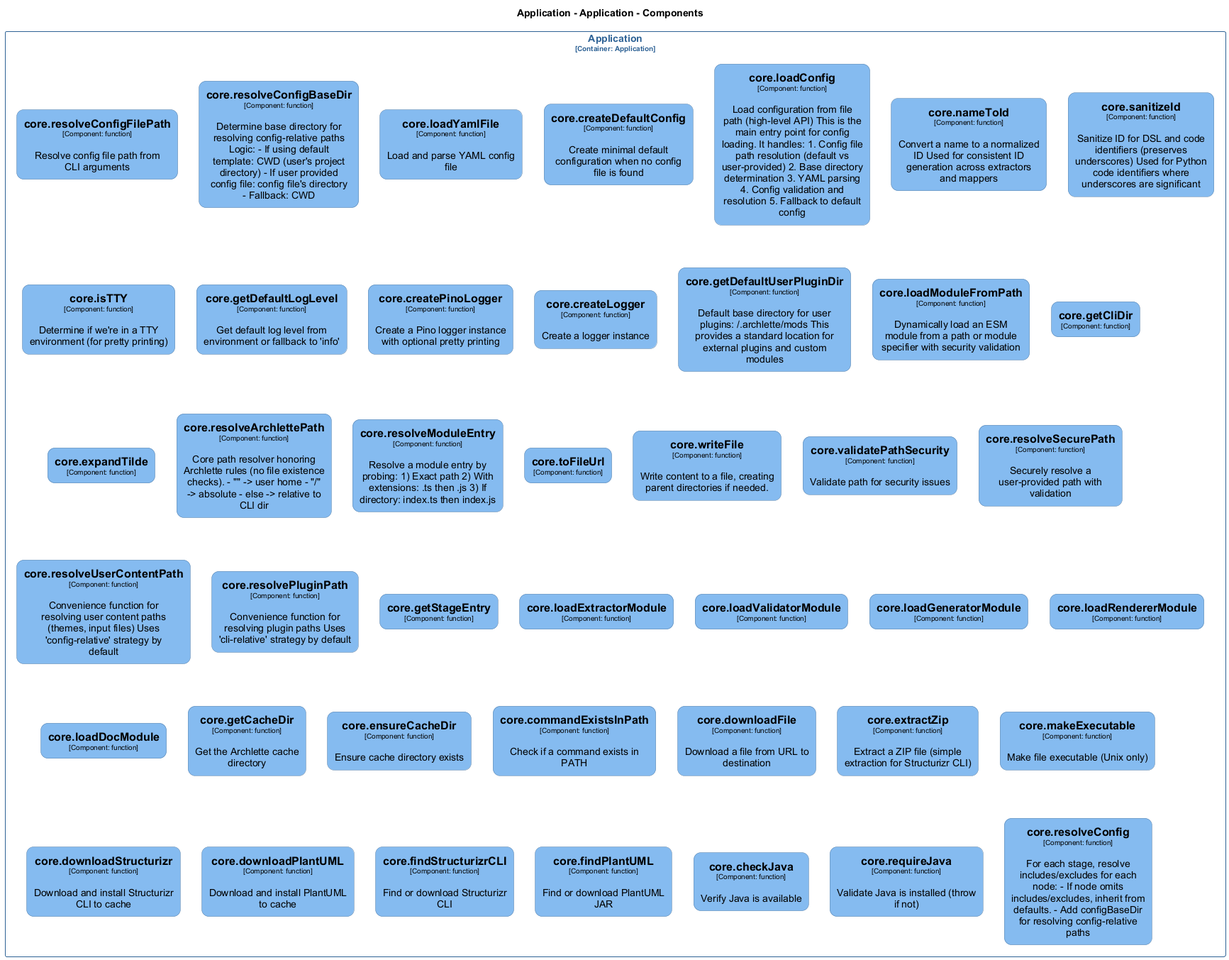
chrislyons-dev/archlette keeps this PlantUML diagram as docs/architecture/diagrams/structurizr-Classes_default_container__core.png. Above is the earlier version.
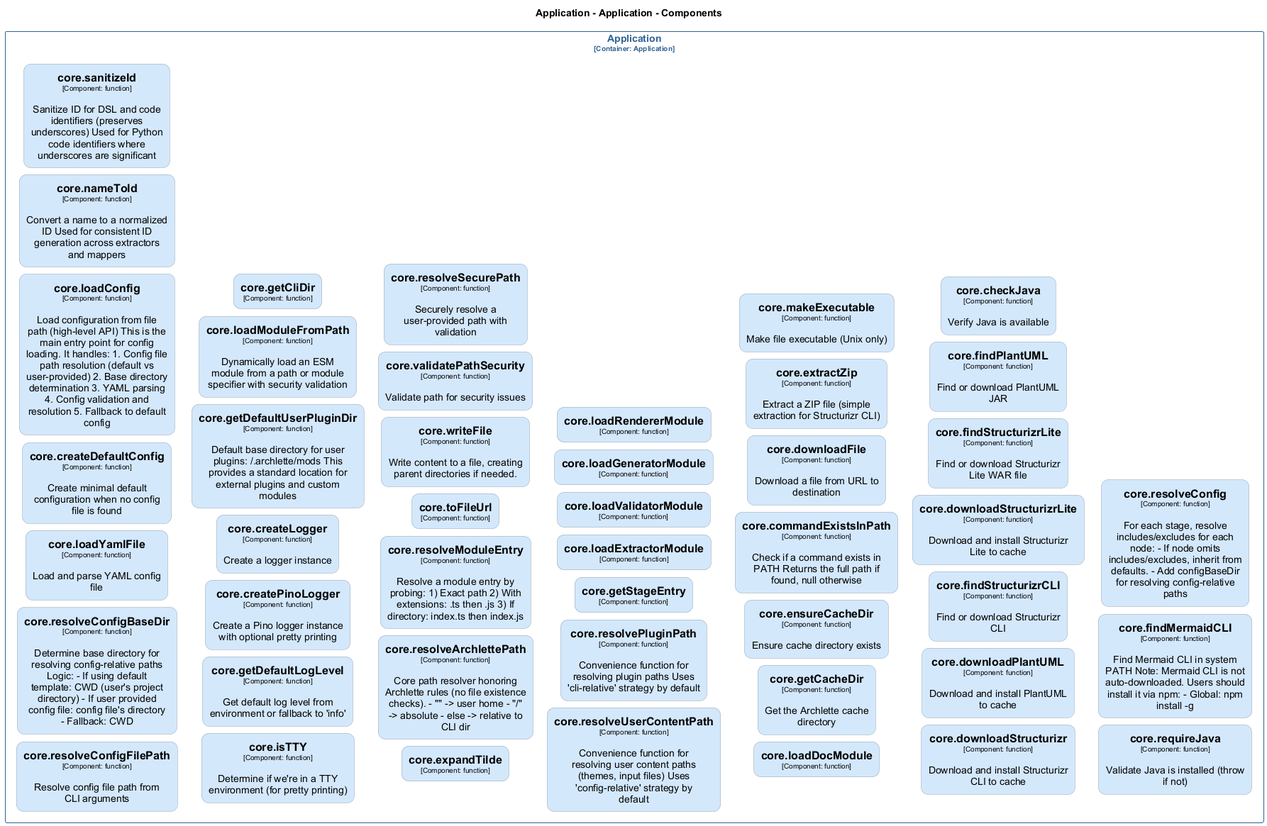
After the change.

Diff of the diagram source:
```diff
@@ -2,9 +2,9 @@
 set separator none
 title Application - Application - Components
 
-top to bottom direction
-skinparam ranksep 60
-skinparam nodesep 30
+left to right direction
+skinparam ranksep 20
+skinparam nodesep 10
 
 skinparam {
   arrowFontSize 10
@@ -17,296 +17,317 @@
 hide stereotype
 
 skinparam rectangle<<Application.Application.corecheckJava>> {
-  BackgroundColor #85bbf0
+  BackgroundColor #d4e8fc
   FontColor #000000
-  BorderColor #5d82a8
+  BorderColor #94a2b0
   roundCorner 20
   shadowing false
 }
 skinparam rectangle<<Application.Application.corecommandExistsInPath>> {
-  BackgroundColor #85bbf0
+  BackgroundColor #d4e8fc
   FontColor #000000
-  BorderColor #5d82a8
+  BorderColor #94a2b0
   roundCorner 20
   shadowing false
 }
 skinparam rectangle<<Application.Application.corecreateDefaultConfig>> {
-  BackgroundColor #85bbf0
+  BackgroundColor #d4e8fc
   FontColor #000000
-  BorderColor #5d82a8
+  BorderColor #94a2b0
   roundCorner 20
   shadowing false
 }
 skinparam rectangle<<Application.Application.corecreateLogger>> {
-  BackgroundColor #85bbf0
+  BackgroundColor #d4e8fc
   FontColor #000000
-  BorderColor #5d82a8
+  BorderColor #94a2b0
   roundCorner 20
   shadowing false
 }
 skinparam rectangle<<Application.Application.corecreatePinoLogger>> {
-  BackgroundColor #85bbf0
+  BackgroundColor #d4e8fc
   FontColor #000000
-  BorderColor #5d82a8
+  BorderColor #94a2b0
   roundCorner 20
   shadowing false
 }
 skinparam rectangle<<Application.Application.coredownloadFile>> {
-  BackgroundColor #85bbf0
+  BackgroundColor #d4e8fc
   FontColor #000000
-  BorderColor #5d82a8
+  BorderColor #94a2b0
   roundCorner 20
   shadowing false
 }
 skinparam rectangle<<Application.Application.coredownloadPlantUML>> {
-  BackgroundColor #85bbf0
+  BackgroundColor #d4e8fc
   FontColor #000000
-  BorderColor #5d82a8
+  BorderColor #94a2b0
   roundCorner 20
   shadowing false
 }
 skinparam rectangle<<Application.Application.coredownloadStructurizr>> {
-  BackgroundColor #85bbf0
+  BackgroundColor #d4e8fc
   FontColor #000000
-  BorderColor #5d82a8
+  BorderColor #94a2b0
+  roundCorner 20
+  shadowing false
+}
+skinparam rectangle<<Application.Application.coredownloadStructurizrLite>> {
+  BackgroundColor #d4e8fc
+  FontColor #000000
+  BorderColor #94a2b0
   roundCorner 20
   shadowing false
 }
 skinparam rectangle<<Application.Application.coreensureCacheDir>> {
-  BackgroundColor #85bbf0
+  BackgroundColor #d4e8fc
   FontColor #000000
-  BorderColor #5d82a8
+  BorderColor #94a2b0
   roundCorner 20
   shadowing false
 }
 skinparam rectangle<<Application.Application.coreexpandTilde>> {
-  BackgroundColor #85bbf0
+  BackgroundColor #d4e8fc
   FontColor #000000
-  BorderColor #5d82a8
+  BorderColor #94a2b0
   roundCorner 20
   shadowing false
 }
 skinparam rectangle<<Application.Application.coreextractZip>> {
-  BackgroundColor #85bbf0
+  BackgroundColor #d4e8fc
   FontColor #000000
-  BorderColor #5d82a8
+  BorderColor #94a2b0
+  roundCorner 20
+  shadowing false
+}
+skinparam rectangle<<Application.Application.corefindMermaidCLI>> {
+  BackgroundColor #d4e8fc
+  FontColor #000000
+  BorderColor #94a2b0
   roundCorner 20
   shadowing false
 }
 skinparam rectangle<<Application.Application.corefindPlantUML>> {
-  BackgroundColor #85bbf0
+  BackgroundColor #d4e8fc
   FontColor #000000
-  BorderColor #5d82a8
+  BorderColor #94a2b0
   roundCorner 20
   shadowing false
 }
 skinparam rectangle<<Application.Application.corefindStructurizrCLI>> {
-  BackgroundColor #85bbf0
+  BackgroundColor #d4e8fc
   FontColor #000000
-  BorderColor #5d82a8
+  BorderColor #94a2b0
+  roundCorner 20
+  shadowing false
+}
+skinparam rectangle<<Application.Application.corefindStructurizrLite>> {
+  BackgroundColor #d4e8fc
+  FontColor #000000
+  BorderColor #94a2b0
   roundCorner 20
   shadowing false
 }
 skinparam rectangle<<Application.Application.coregetCacheDir>> {
-  BackgroundColor #85bbf0
+  BackgroundColor #d4e8fc
   FontColor #000000
-  BorderColor #5d82a8
+  BorderColor #94a2b0
   roundCorner 20
   shadowing false
 }
 skinparam rectangle<<Application.Application.coregetCliDir>> {
-  BackgroundColor #85bbf0
+  BackgroundColor #d4e8fc
   FontColor #000000
-  BorderColor #5d82a8
+  BorderColor #94a2b0
   roundCorner 20
   shadowing false
 }
 skinparam rectangle<<Application.Application.coregetDefaultLogLevel>> {
-  BackgroundColor #85bbf0
+  BackgroundColor #d4e8fc
   FontColor #000000
-  BorderColor #5d82a8
+  BorderColor #94a2b0
   roundCorner 20
   shadowing false
 }
 skinparam rectangle<<Application.Application.coregetDefaultUserPluginDir>> {
-  BackgroundColor #85bbf0
+  BackgroundColor #d4e8fc
   FontColor #000000
-  BorderColor #5d82a8
+  BorderColor #94a2b0
   roundCorner 20
   shadowing false
 }
 skinparam rectangle<<Application.Application.coregetStageEntry>> {
-  BackgroundColor #85bbf0
+  BackgroundColor #d4e8fc
   FontColor #000000
-  BorderColor #5d82a8
+  BorderColor #94a2b0
   roundCorner 20
   shadowing false
 }
 skinparam rectangle<<Application.Application.coreisTTY>> {
-  BackgroundColor #85bbf0
+  BackgroundColor #d4e8fc
   FontColor #000000
-  BorderColor #5d82a8
+  BorderColor #94a2b0
   roundCorner 20
   shadowing false
 }
 skinparam rectangle<<Application.Application.coreloadConfig>> {
-  BackgroundColor #85bbf0
+  BackgroundColor #d4e8fc
   FontColor #000000
-  BorderColor #5d82a8
+  BorderColor #94a2b0
   roundCorner 20
   shadowing false
 }
 skinparam rectangle<<Application.Application.coreloadDocModule>> {
-  BackgroundColor #85bbf0
+  BackgroundColor #d4e8fc
   FontColor #000000
-  BorderColor #5d82a8
+  BorderColor #94a2b0
   roundCorner 20
   shadowing false
 }
 skinparam rectangle<<Application.Application.coreloadExtractorModule>> {
-  BackgroundColor #85bbf0
+  BackgroundColor #d4e8fc
   FontColor #000000
-  BorderColor #5d82a8
+  BorderColor #94a2b0
   roundCorner 20
   shadowing false
 }
 skinparam rectangle<<Application.Application.coreloadGeneratorModule>> {
-  BackgroundColor #85bbf0
+  BackgroundColor #d4e8fc
   FontColor #000000
-  BorderColor #5d82a8
+  BorderColor #94a2b0
   roundCorner 20
   shadowing false
 }
 skinparam rectangle<<Application.Application.coreloadModuleFromPath>> {
-  BackgroundColor #85bbf0
+  BackgroundColor #d4e8fc
   FontColor #000000
-  BorderColor #5d82a8
+  BorderColor #94a2b0
   roundCorner 20
   shadowing false
 }
 skinparam rectangle<<Application.Application.coreloadRendererModule>> {
-  BackgroundColor #85bbf0
+  BackgroundColor #d4e8fc
   FontColor #000000
-  BorderColor #5d82a8
+  BorderColor #94a2b0
   roundCorner 20
   shadowing false
 }
 skinparam rectangle<<Application.Application.coreloadValidatorModule>> {
-  BackgroundColor #85bbf0
+  BackgroundColor #d4e8fc
   FontColor #000000
-  BorderColor #5d82a8
+  BorderColor #94a2b0
   roundCorner 20
   shadowing false
 }
 skinparam rectangle<<Application.Application.coreloadYamlFile>> {
-  BackgroundColor #85bbf0
+  BackgroundColor #d4e8fc
   FontColor #000000
-  BorderColor #5d82a8
+  BorderColor #94a2b0
   roundCorner 20
   shadowing false
 }
 skinparam rectangle<<Application.Application.coremakeExecutable>> {
-  BackgroundColor #85bbf0
+  BackgroundColor #d4e8fc
   FontColor #000000
-  BorderColor #5d82a8
+  BorderColor #94a2b0
   roundCorner 20
   shadowing false
 }
 skinparam rectangle<<Application.Application.corenameToId>> {
-  BackgroundColor #85bbf0
+  BackgroundColor #d4e8fc
   FontColor #000000
-  BorderColor #5d82a8
+  BorderColor #94a2b0
   roundCorner 20
   shadowing false
 }
 skinparam rectangle<<Application.Application.corerequireJava>> {
-  BackgroundColor #85bbf0
+  BackgroundColor #d4e8fc
   FontColor #000000
-  BorderColor #5d82a8
+  BorderColor #94a2b0
   roundCorner 20
   shadowing false
 }
 skinparam rectangle<<Application.Application.coreresolveArchlettePath>> {
-  BackgroundColor #85bbf0
+  BackgroundColor #d4e8fc
   FontColor #000000
-  BorderColor #5d82a8
+  BorderColor #94a2b0
   roundCorner 20
   shadowing false
 }
 skinparam rectangle<<Application.Application.coreresolveConfig>> {
-  BackgroundColor #85bbf0
+  BackgroundColor #d4e8fc
   FontColor #000000
-  BorderColor #5d82a8
+  BorderColor #94a2b0
   roundCorner 20
   shadowing false
 }
 skinparam rectangle<<Application.Application.coreresolveConfigBaseDir>> {
-  BackgroundColor #85bbf0
+  BackgroundColor #d4e8fc
   FontColor #000000
-  BorderColor #5d82a8
+  BorderColor #94a2b0
   roundCorner 20
   shadowing false
 }
 skinparam rectangle<<Application.Application.coreresolveConfigFilePath>> {
-  BackgroundColor #85bbf0
+  BackgroundColor #d4e8fc
   FontColor #000000
-  BorderColor #5d82a8
+  BorderColor #94a2b0
   roundCorner 20
   shadowing false
 }
 skinparam rectangle<<Application.Application.coreresolveModuleEntry>> {
-  BackgroundColor #85bbf0
+  BackgroundColor #d4e8fc
   FontColor #000000
-  BorderColor #5d82a8
+  BorderColor #94a2b0
   roundCorner 20
   shadowing false
 }
 skinparam rectangle<<Application.Application.coreresolvePluginPath>> {
-  BackgroundColor #85bbf0
+  BackgroundColor #d4e8fc
   FontColor #000000
-  BorderColor #5d82a8
+  BorderColor #94a2b0
   roundCorner 20
   shadowing false
 }
 skinparam rectangle<<Application.Application.coreresolveSecurePath>> {
-  BackgroundColor #85bbf0
+  BackgroundColor #d4e8fc
   FontColor #000000
-  BorderColor #5d82a8
+  BorderColor #94a2b0
   roundCorner 20
   shadowing false
 }
 skinparam rectangle<<Application.Application.coreresolveUserContentPath>> {
-  BackgroundColor #85bbf0
+  BackgroundColor #d4e8fc
   FontColor #000000
-  BorderColor #5d82a8
+  BorderColor #94a2b0
   roundCorner 20
   shadowing false
 }
 skinparam rectangle<<Application.Application.coresanitizeId>> {
-  BackgroundColor #85bbf0
+  BackgroundColor #d4e8fc
   FontColor #000000
-  BorderColor #5d82a8
+  BorderColor #94a2b0
   roundCorner 20
   shadowing false
 }
 skinparam rectangle<<Application.Application.coretoFileUrl>> {
-  BackgroundColor #85bbf0
+  BackgroundColor #d4e8fc
   FontColor #000000
-  BorderColor #5d82a8
+  BorderColor #94a2b0
   roundCorner 20
   shadowing false
 }
 skinparam rectangle<<Application.Application.corevalidatePathSecurity>> {
-  BackgroundColor #85bbf0
+  BackgroundColor #d4e8fc
   FontColor #000000
-  BorderColor #5d82a8
+  BorderColor #94a2b0
   roundCorner 20
   shadowing false
 }
 skinparam rectangle<<Application.Application.corewriteFile>> {
-  BackgroundColor #85bbf0
+  BackgroundColor #d4e8fc
   FontColor #000000
-  BorderColor #5d82a8
+  BorderColor #94a2b0
   roundCorner 20
   shadowing false
 }
@@ -348,16 +369,19 @@
   rectangle "==core.loadDocModule\n<size:10>[Component: function]</size>" <<Application.Application.coreloadDocModule>> as Application.Application.coreloadDocModule
   rectangle "==core.getCacheDir\n<size:10>[Component: function]</size>\n\nGet the Archlette cache directory" <<Application.Application.coregetCacheDir>> as Application.Application.coregetCacheDir
   rectangle "==core.ensureCacheDir\n<size:10>[Component: function]</size>\n\nEnsure cache directory exists" <<Application.Application.coreensureCacheDir>> as Application.Application.coreensureCacheDir
-  rectangle "==core.commandExistsInPath\n<size:10>[Component: function]</size>\n\nCheck if a command exists in PATH" <<Application.Application.corecommandExistsInPath>> as Application.Application.corecommandExistsInPath
+  rectangle "==core.commandExistsInPath\n<size:10>[Component: function]</size>\n\nCheck if a command exists in PATH Returns the full path if found, null otherwise" <<Application.Application.corecommandExistsInPath>> as Application.Application.corecommandExistsInPath
   rectangle "==core.downloadFile\n<size:10>[Component: function]</size>\n\nDownload a file from URL to destination" <<Application.Application.coredownloadFile>> as Application.Application.coredownloadFile
   rectangle "==core.extractZip\n<size:10>[Component: function]</size>\n\nExtract a ZIP file (simple extraction for Structurizr CLI)" <<Application.Application.coreextractZip>> as Application.Application.coreextractZip
   rectangle "==core.makeExecutable\n<size:10>[Component: function]</size>\n\nMake file executable (Unix only)" <<Application.Application.coremakeExecutable>> as Application.Application.coremakeExecutable
   rectangle "==core.downloadStructurizr\n<size:10>[Component: function]</size>\n\nDownload and install Structurizr CLI to cache" <<Application.Application.coredownloadStructurizr>> as Application.Application.coredownloadStructurizr
   rectangle "==core.downloadPlantUML\n<size:10>[Component: function]</size>\n\nDownload and install PlantUML to cache" <<Application.Application.coredownloadPlantUML>> as Application.Application.coredownloadPlantUML
   rectangle "==core.findStructurizrCLI\n<size:10>[Component: function]</size>\n\nFind or download Structurizr CLI" <<Application.Application.corefindStructurizrCLI>> as Application.Application.corefindStructurizrCLI
+  rectangle "==core.downloadStructurizrLite\n<size:10>[Component: function]</size>\n\nDownload and install Structurizr Lite to cache" <<Application.Application.coredownloadStructurizrLite>> as Application.Application.coredownloadStructurizrLite
+  rectangle "==core.findStructurizrLite\n<size:10>[Component: function]</size>\n\nFind or download Structurizr Lite WAR file" <<Application.Application.corefindStructurizrLite>> as Application.Application.corefindStructurizrLite
   rectangle "==core.findPlantUML\n<size:10>[Component: function]</size>\n\nFind or download PlantUML JAR" <<Application.Application.corefindPlantUML>> as Application.Application.corefindPlantUML
   rectangle "==core.checkJava\n<size:10>[Component: function]</size>\n\nVerify Java is available" <<Application.Application.corecheckJava>> as Application.Application.corecheckJava
   rectangle "==core.requireJava\n<size:10>[Component: function]</size>\n\nValidate Java is installed (throw if not)" <<Application.Application.corerequireJava>> as Application.Application.corerequireJava
+  rectangle "==core.findMermaidCLI\n<size:10>[Component: function]</size>\n\nFind Mermaid CLI in system PATH Note: Mermaid CLI is not auto-downloaded. Users should install it via npm: - Global: npm install -g" <<Application.Application.corefindMermaidCLI>> as Application.Application.corefindMermaidCLI
   rectangle "==core.resolveConfig\n<size:10>[Component: function]</size>\n\nFor each stage, resolve includes/excludes for each node: - If node omits includes/excludes, inherit from defaults. - Add configBaseDir for resolving config-relative paths" <<Application.Application.coreresolveConfig>> as Application.Application.coreresolveConfig
 }
 
```
